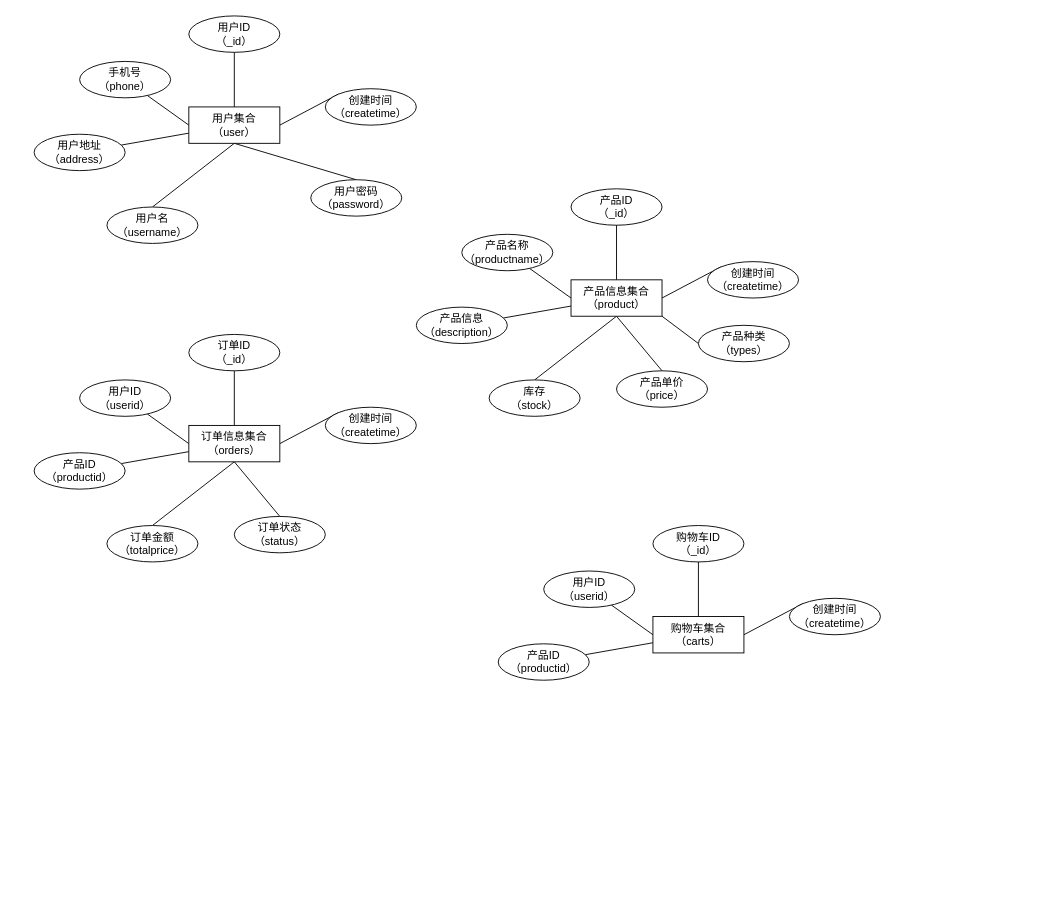
The draw.io diagram MongoDB用户表.drawio in linrushao/drawing, before the edit. Source tidied: cells renumbered, new cells numbered last; positions are measured from the earlier drawing's top-left corner, leaving out a move shared by most shapes. Both pictures are drawn from the tidied source at 91%, with x=0, y=0 at pixel (34, 15).
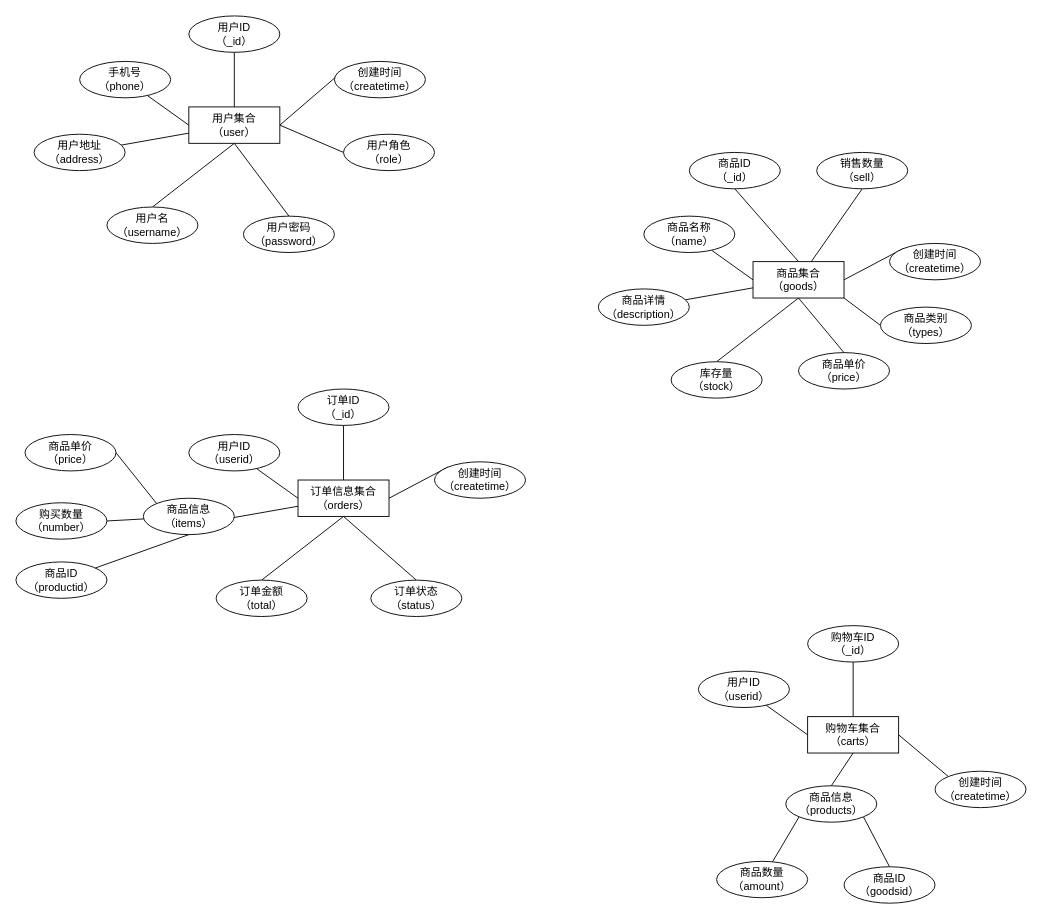
Above is the later version.

Commit message:
更新MongoDB用户表.drawio

The change refers to these unchanged cells:
```xml
<mxCell id="9" value="用户集合&lt;br&gt;（user）" style="whiteSpace=wrap;html=1;align=center;" parent="1" vertex="1">
  <mxGeometry x="170" y="100" width="100" height="40" as="geometry" />
</mxCell>
```

The edit, as a diff of the source:
```diff
@@
+    <mxCell id="52" style="rounded=0;jettySize=auto;html=1;exitX=1;exitY=0.5;exitDx=0;exitDy=0;entryX=0;entryY=0.5;entryDx=0;entryDy=0;endArrow=none;endFill=0;" parent="1" edge="1" source="9" target="54">
+      <mxGeometry relative="1" as="geometry" />
+    </mxCell>
@@
     <mxCell id="12" value="创建时间&lt;br&gt;（createtime）" style="ellipse;whiteSpace=wrap;html=1;align=center;" parent="1" vertex="1">
-      <mxGeometry x="320" y="80" width="100" height="40" as="geometry" />
+      <mxGeometry x="330" y="50" width="100" height="40" as="geometry" />
     </mxCell>
     <mxCell id="13" value="用户密码&lt;br&gt;（password）" style="ellipse;whiteSpace=wrap;html=1;align=center;" parent="1" vertex="1">
-      <mxGeometry x="304" y="180" width="100" height="40" as="geometry" />
+      <mxGeometry x="230" y="220" width="100" height="40" as="geometry" />
     </mxCell>
@@
     <mxCell id="15" value="订单ID&lt;br&gt;（_id）" style="ellipse;whiteSpace=wrap;html=1;align=center;" parent="1" vertex="1">
-      <mxGeometry x="170" y="350" width="100" height="40" as="geometry" />
+      <mxGeometry x="290" y="410" width="100" height="40" as="geometry" />
     </mxCell>
@@
-    <mxCell id="19" style="rounded=0;jettySize=auto;html=1;endArrow=none;endFill=0;" parent="1" edge="1" source="22" target="24">
-      <mxGeometry relative="1" as="geometry" />
+    <mxCell id="19" style="rounded=0;jettySize=auto;html=1;endArrow=none;endFill=0;" parent="1" edge="1" source="22">
+      <mxGeometry relative="1" as="geometry">
+        <mxPoint x="215.7" y="551.9" as="targetPoint" />
+      </mxGeometry>
     </mxCell>
@@
     <mxCell id="22" value="订单信息集合&lt;br&gt;（orders）" style="whiteSpace=wrap;html=1;align=center;" parent="1" vertex="1">
-      <mxGeometry x="170" y="450" width="100" height="40" as="geometry" />
+      <mxGeometry x="290" y="510" width="100" height="40" as="geometry" />
     </mxCell>
     <mxCell id="23" value="用户ID&lt;br&gt;（userid）" style="ellipse;whiteSpace=wrap;html=1;align=center;" parent="1" vertex="1">
-      <mxGeometry x="50" y="400" width="100" height="40" as="geometry" />
+      <mxGeometry x="170" y="460" width="100" height="40" as="geometry" />
     </mxCell>
-    <mxCell id="24" value="产品ID&lt;br&gt;（productid）" style="ellipse;whiteSpace=wrap;html=1;align=center;" parent="1" vertex="1">
-      <mxGeometry y="480" width="100" height="40" as="geometry" />
-    </mxCell>
     <mxCell id="25" value="创建时间&lt;br&gt;（createtime）" style="ellipse;whiteSpace=wrap;html=1;align=center;" parent="1" vertex="1">
-      <mxGeometry x="320" y="430" width="100" height="40" as="geometry" />
+      <mxGeometry x="440" y="490" width="100" height="40" as="geometry" />
     </mxCell>
     <mxCell id="26" value="订单状态&lt;br&gt;（status）" style="ellipse;whiteSpace=wrap;html=1;align=center;" parent="1" vertex="1">
-      <mxGeometry x="220" y="550" width="100" height="40" as="geometry" />
+      <mxGeometry x="370" y="620" width="100" height="40" as="geometry" />
     </mxCell>
-    <mxCell id="27" value="订单金额&lt;br&gt;（totalprice）" style="ellipse;whiteSpace=wrap;html=1;align=center;" parent="1" vertex="1">
-      <mxGeometry x="80" y="560" width="100" height="40" as="geometry" />
+    <mxCell id="27" value="订单金额&lt;br&gt;（total）" style="ellipse;whiteSpace=wrap;html=1;align=center;" parent="1" vertex="1">
+      <mxGeometry x="200" y="620" width="100" height="40" as="geometry" />
     </mxCell>
-    <mxCell id="28" value="产品ID&lt;br&gt;（_id）" style="ellipse;whiteSpace=wrap;html=1;align=center;" parent="1" vertex="1">
-      <mxGeometry x="590" y="190" width="100" height="40" as="geometry" />
+    <mxCell id="28" value="商品ID&lt;br&gt;（_id）" style="ellipse;whiteSpace=wrap;html=1;align=center;" parent="1" vertex="1">
+      <mxGeometry x="720" y="150" width="100" height="40" as="geometry" />
     </mxCell>
@@
-    <mxCell id="36" value="产品信息集合&lt;br&gt;（product）" style="whiteSpace=wrap;html=1;align=center;" parent="1" vertex="1">
-      <mxGeometry x="590" y="290" width="100" height="40" as="geometry" />
+    <mxCell id="36" value="商品集合&lt;br&gt;（goods）" style="whiteSpace=wrap;html=1;align=center;" parent="1" vertex="1">
+      <mxGeometry x="790" y="270" width="100" height="40" as="geometry" />
     </mxCell>
-    <mxCell id="37" value="产品名称&lt;br&gt;（productname）" style="ellipse;whiteSpace=wrap;html=1;align=center;" parent="1" vertex="1">
-      <mxGeometry x="470" y="240" width="100" height="40" as="geometry" />
+    <mxCell id="37" value="商品名称&lt;br&gt;（name）" style="ellipse;whiteSpace=wrap;html=1;align=center;" parent="1" vertex="1">
+      <mxGeometry x="670" y="220" width="100" height="40" as="geometry" />
     </mxCell>
-    <mxCell id="38" value="产品信息&lt;br&gt;（description）" style="ellipse;whiteSpace=wrap;html=1;align=center;" parent="1" vertex="1">
-      <mxGeometry x="420" y="320" width="100" height="40" as="geometry" />
+    <mxCell id="38" value="商品详情&lt;br&gt;（description）" style="ellipse;whiteSpace=wrap;html=1;align=center;" parent="1" vertex="1">
+      <mxGeometry x="620" y="300" width="100" height="40" as="geometry" />
     </mxCell>
     <mxCell id="39" value="创建时间&lt;br&gt;（createtime）" style="ellipse;whiteSpace=wrap;html=1;align=center;" parent="1" vertex="1">
-      <mxGeometry x="740" y="270" width="100" height="40" as="geometry" />
+      <mxGeometry x="940" y="250" width="100" height="40" as="geometry" />
     </mxCell>
-    <mxCell id="40" value="产品单价&lt;br&gt;（price）" style="ellipse;whiteSpace=wrap;html=1;align=center;" parent="1" vertex="1">
-      <mxGeometry x="640" y="390" width="100" height="40" as="geometry" />
+    <mxCell id="40" value="商品单价&lt;br&gt;（price）" style="ellipse;whiteSpace=wrap;html=1;align=center;" parent="1" vertex="1">
+      <mxGeometry x="840" y="370" width="100" height="40" as="geometry" />
     </mxCell>
-    <mxCell id="41" value="库存&lt;br&gt;（stock）" style="ellipse;whiteSpace=wrap;html=1;align=center;" parent="1" vertex="1">
-      <mxGeometry x="500" y="400" width="100" height="40" as="geometry" />
+    <mxCell id="41" value="库存量&lt;br&gt;（stock）" style="ellipse;whiteSpace=wrap;html=1;align=center;" parent="1" vertex="1">
+      <mxGeometry x="700" y="380" width="100" height="40" as="geometry" />
     </mxCell>
-    <mxCell id="42" value="产品种类&lt;br&gt;（types）" style="ellipse;whiteSpace=wrap;html=1;align=center;" parent="1" vertex="1">
-      <mxGeometry x="730" y="340" width="100" height="40" as="geometry" />
+    <mxCell id="42" value="商品类别&lt;br&gt;（types）" style="ellipse;whiteSpace=wrap;html=1;align=center;" parent="1" vertex="1">
+      <mxGeometry x="930" y="320" width="100" height="40" as="geometry" />
     </mxCell>
     <mxCell id="43" value="购物车ID&lt;br&gt;（_id）" style="ellipse;whiteSpace=wrap;html=1;align=center;" parent="1" vertex="1">
-      <mxGeometry x="680" y="560" width="100" height="40" as="geometry" />
+      <mxGeometry x="850" y="670" width="100" height="40" as="geometry" />
     </mxCell>
@@
-    <mxCell id="45" style="rounded=0;jettySize=auto;html=1;endArrow=none;endFill=0;" parent="1" edge="1" source="48" target="50">
-      <mxGeometry relative="1" as="geometry" />
-    </mxCell>
@@
+    <mxCell id="53" style="rounded=0;jettySize=auto;html=1;exitX=0.5;exitY=1;exitDx=0;exitDy=0;entryX=0.5;entryY=0;entryDx=0;entryDy=0;endArrow=none;endFill=0;" parent="1" edge="1" source="48" target="67">
+      <mxGeometry relative="1" as="geometry" />
+    </mxCell>
     <mxCell id="48" value="购物车集合&lt;br&gt;（carts）" style="whiteSpace=wrap;html=1;align=center;" parent="1" vertex="1">
-      <mxGeometry x="680" y="660" width="100" height="40" as="geometry" />
+      <mxGeometry x="850" y="770" width="100" height="40" as="geometry" />
     </mxCell>
     <mxCell id="49" value="用户ID&lt;br&gt;（userid）" style="ellipse;whiteSpace=wrap;html=1;align=center;" parent="1" vertex="1">
-      <mxGeometry x="560" y="610" width="100" height="40" as="geometry" />
+      <mxGeometry x="730" y="720" width="100" height="40" as="geometry" />
     </mxCell>
-    <mxCell id="50" value="产品ID&lt;br&gt;（productid）" style="ellipse;whiteSpace=wrap;html=1;align=center;" parent="1" vertex="1">
-      <mxGeometry x="510" y="690" width="100" height="40" as="geometry" />
-    </mxCell>
     <mxCell id="51" value="创建时间&lt;br&gt;（createtime）" style="ellipse;whiteSpace=wrap;html=1;align=center;" parent="1" vertex="1">
-      <mxGeometry x="830" y="640" width="100" height="40" as="geometry" />
+      <mxGeometry x="990" y="830" width="100" height="40" as="geometry" />
     </mxCell>
+    <mxCell id="54" value="用户角色&lt;br&gt;（role）" style="ellipse;whiteSpace=wrap;html=1;align=center;" parent="1" vertex="1">
+      <mxGeometry x="340" y="130" width="100" height="40" as="geometry" />
+    </mxCell>
+    <mxCell id="55" value="商品ID&lt;br&gt;（productid）" style="ellipse;whiteSpace=wrap;html=1;align=center;" parent="1" vertex="1">
+      <mxGeometry x="-20" y="600" width="100" height="40" as="geometry" />
+    </mxCell>
+    <mxCell id="56" style="rounded=0;jettySize=auto;html=1;exitX=0.5;exitY=1;exitDx=0;exitDy=0;endArrow=none;endFill=0;" parent="1" edge="1" source="57" target="55">
+      <mxGeometry relative="1" as="geometry" />
+    </mxCell>
+    <mxCell id="57" value="商品信息&lt;br&gt;（items）" style="ellipse;whiteSpace=wrap;html=1;align=center;" parent="1" vertex="1">
+      <mxGeometry x="120" y="530" width="100" height="40" as="geometry" />
+    </mxCell>
+    <mxCell id="58" style="rounded=0;jettySize=auto;html=1;exitX=1;exitY=0.5;exitDx=0;exitDy=0;entryX=0;entryY=0;entryDx=0;entryDy=0;endArrow=none;endFill=0;" parent="1" edge="1" source="59" target="57">
+      <mxGeometry relative="1" as="geometry" />
+    </mxCell>
+    <mxCell id="59" value="商品单价&lt;br&gt;（price）" style="ellipse;whiteSpace=wrap;html=1;align=center;" parent="1" vertex="1">
+      <mxGeometry x="-10" y="460" width="100" height="40" as="geometry" />
+    </mxCell>
+    <mxCell id="60" style="rounded=0;jettySize=auto;html=1;exitX=1;exitY=0.5;exitDx=0;exitDy=0;endArrow=none;endFill=0;" parent="1" edge="1" source="61" target="57">
+      <mxGeometry relative="1" as="geometry" />
+    </mxCell>
+    <mxCell id="61" value="购买数量&lt;br&gt;（number）" style="ellipse;whiteSpace=wrap;html=1;align=center;" parent="1" vertex="1">
+      <mxGeometry x="-20" y="535" width="100" height="40" as="geometry" />
+    </mxCell>
+    <mxCell id="62" style="rounded=0;jettySize=auto;html=1;exitX=0.5;exitY=1;exitDx=0;exitDy=0;endArrow=none;endFill=0;" parent="1" edge="1" source="63" target="36">
+      <mxGeometry relative="1" as="geometry" />
+    </mxCell>
+    <mxCell id="63" value="销售数量&lt;br&gt;（sell）" style="ellipse;whiteSpace=wrap;html=1;align=center;" parent="1" vertex="1">
+      <mxGeometry x="860" y="150" width="100" height="40" as="geometry" />
+    </mxCell>
+    <mxCell id="64" value="商品ID&lt;br&gt;（goodsid）" style="ellipse;whiteSpace=wrap;html=1;align=center;" parent="1" vertex="1">
+      <mxGeometry x="890" y="935" width="100" height="40" as="geometry" />
+    </mxCell>
+    <mxCell id="65" style="rounded=0;jettySize=auto;html=1;exitX=0;exitY=1;exitDx=0;exitDy=0;endArrow=none;endFill=0;" parent="1" edge="1" source="67" target="68">
+      <mxGeometry relative="1" as="geometry" />
+    </mxCell>
+    <mxCell id="66" style="rounded=0;jettySize=auto;html=1;exitX=1;exitY=1;exitDx=0;exitDy=0;entryX=0.5;entryY=0;entryDx=0;entryDy=0;endArrow=none;endFill=0;" parent="1" edge="1" source="67" target="64">
+      <mxGeometry relative="1" as="geometry" />
+    </mxCell>
+    <mxCell id="67" value="商品信息&lt;br&gt;（products）" style="ellipse;whiteSpace=wrap;html=1;align=center;" parent="1" vertex="1">
+      <mxGeometry x="826" y="846" width="100" height="40" as="geometry" />
+    </mxCell>
+    <mxCell id="68" value="商品数量&lt;br&gt;（amount）" style="ellipse;whiteSpace=wrap;html=1;align=center;" parent="1" vertex="1">
+      <mxGeometry x="750" y="929" width="100" height="40" as="geometry" />
+    </mxCell>
```
